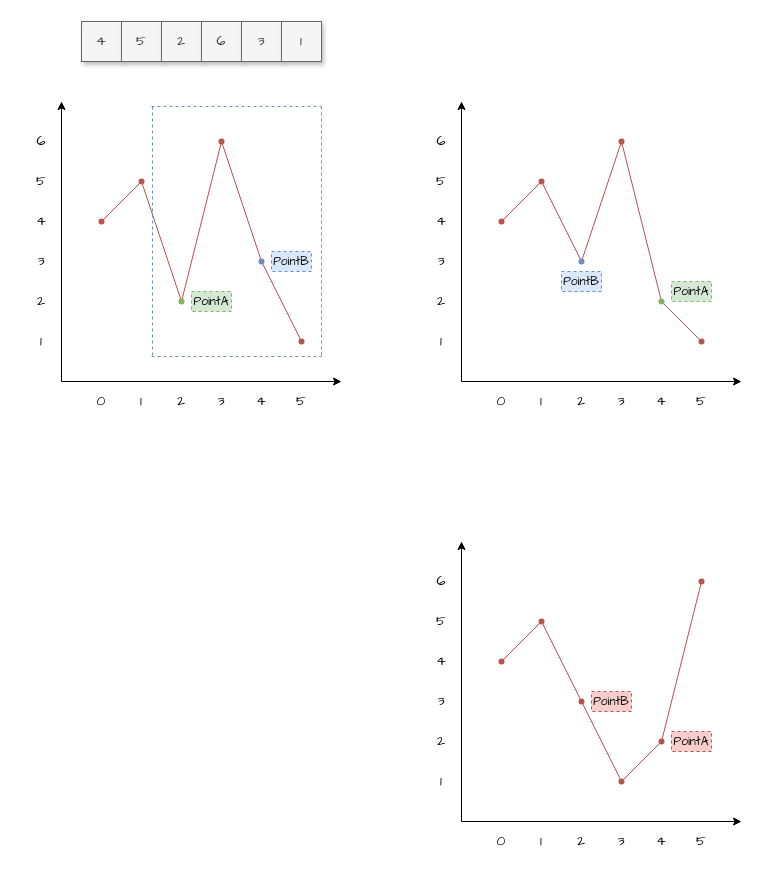
goldknife6/algorithm keeps this draw.io diagram as draw.io/下一个排列.drawio. Above is the earlier version. Source tidied: cells renumbered, new cells numbered last; positions are measured from the earlier drawing's top-left corner, leaving out a move shared by most shapes. Both pictures are drawn from the tidied source at 100%, with x=0, y=0 at pixel (21, 21).
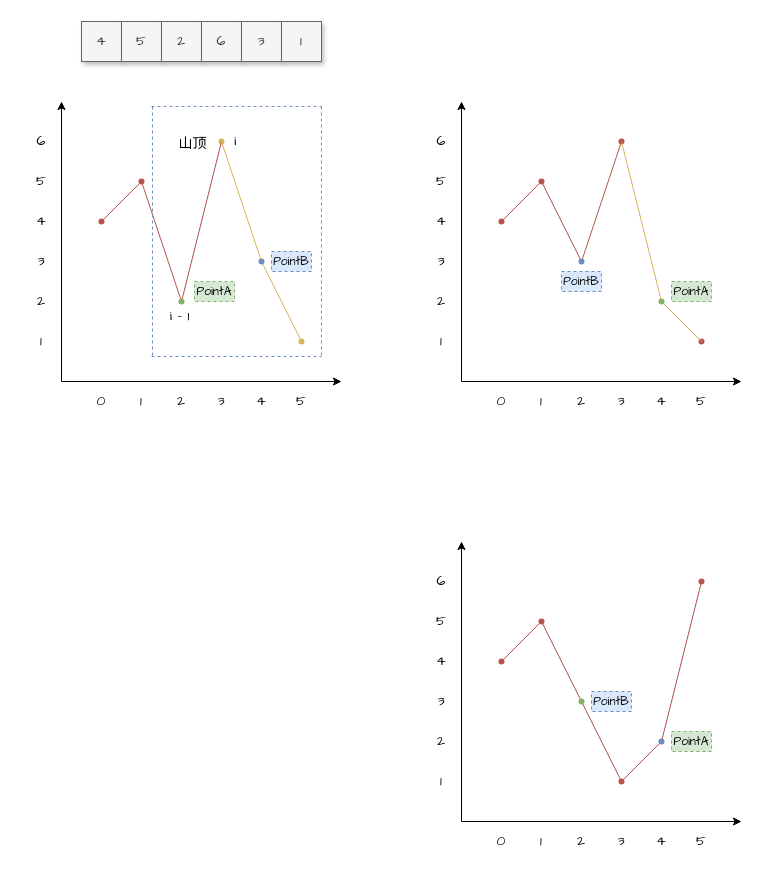
After the change.

Commit message:
更新下一个排列.drawio

The change refers to these unchanged cells:
```xml
<mxCell id="41" style="shape=waypoint;sketch=0;fillStyle=solid;size=6;points=[];fillColor=#f8cecc;perimeter=centerPerimeter;snapToPoint=1;strokeColor=#b85450;" parent="1" vertex="1">
  <mxGeometry x="580" y="100" width="40" height="40" as="geometry" />
</mxCell>
<mxCell id="42" style="shape=waypoint;sketch=0;fillStyle=solid;size=6;points=[];fillColor=#f8cecc;perimeter=centerPerimeter;snapToPoint=1;strokeColor=#b85450;" parent="1" vertex="1">
  <mxGeometry x="660" y="300" width="40" height="40" as="geometry" />
</mxCell>
<mxCell id="94" style="shape=waypoint;sketch=0;fillStyle=solid;size=6;points=[];fillColor=#dae8fc;perimeter=centerPerimeter;snapToPoint=1;strokeColor=#6c8ebf;" parent="1" vertex="1">
  <mxGeometry x="220" y="220" width="40" height="40" as="geometry" />
</mxCell>
<mxCell id="96" style="shape=waypoint;sketch=0;fillStyle=solid;size=6;points=[];fillColor=#d5e8d4;perimeter=centerPerimeter;snapToPoint=1;strokeColor=#82b366;" parent="1" vertex="1">
  <mxGeometry x="620" y="260" width="40" height="40" as="geometry" />
</mxCell>
```

The edit, as a diff of the source:
```diff
@@
-    <mxCell id="2" style="shape=waypoint;sketch=0;fillStyle=solid;size=6;points=[];fillColor=#f8cecc;perimeter=centerPerimeter;snapToPoint=1;strokeColor=#b85450;" parent="1" vertex="1">
-      <mxGeometry x="540" y="660" width="40" height="40" as="geometry" />
-    </mxCell>
@@
-    <mxCell id="7" style="shape=waypoint;sketch=0;fillStyle=solid;size=6;points=[];fillColor=#f8cecc;perimeter=centerPerimeter;snapToPoint=1;strokeColor=#b85450;" parent="1" vertex="1">
+    <mxCell id="7" style="shape=waypoint;sketch=0;fillStyle=solid;size=6;points=[];fillColor=#fff2cc;perimeter=centerPerimeter;snapToPoint=1;strokeColor=#d6b656;" parent="1" vertex="1">
       <mxGeometry x="180" y="100" width="40" height="40" as="geometry" />
     </mxCell>
-    <mxCell id="8" style="shape=waypoint;sketch=0;fillStyle=solid;size=6;points=[];fillColor=#f8cecc;perimeter=centerPerimeter;snapToPoint=1;strokeColor=#b85450;" parent="1" vertex="1">
+    <mxCell id="8" style="shape=waypoint;sketch=0;fillStyle=solid;size=6;points=[];fillColor=#fff2cc;perimeter=centerPerimeter;snapToPoint=1;strokeColor=#d6b656;" parent="1" vertex="1">
       <mxGeometry x="260" y="300" width="40" height="40" as="geometry" />
     </mxCell>
@@
-    <mxCell id="12" style="endArrow=none;html=1;rounded=0;endFill=0;fillColor=#f8cecc;strokeColor=#b85450;" parent="1" edge="1" source="7" target="94">
+    <mxCell id="12" style="endArrow=none;html=1;rounded=0;endFill=0;fillColor=#fff2cc;strokeColor=#d6b656;" parent="1" edge="1" source="7" target="94">
       <mxGeometry relative="1" as="geometry" />
     </mxCell>
@@
     <mxCell id="35" value="&lt;font style=&quot;font-size: 12px&quot;&gt;PointA&lt;/font&gt;" style="text;html=1;strokeColor=#82b366;fillColor=#d5e8d4;align=center;verticalAlign=middle;whiteSpace=wrap;rounded=0;shadow=0;dashed=1;fontFamily=Comic Sans MS;fontSize=14;" parent="1" vertex="1">
-      <mxGeometry x="170" y="270" width="40" height="20" as="geometry" />
+      <mxGeometry x="173" y="260" width="40" height="20" as="geometry" />
     </mxCell>
@@
-    <mxCell id="44" style="endArrow=none;html=1;rounded=0;entryX=0.5;entryY=0.425;entryDx=0;entryDy=0;entryPerimeter=0;endFill=0;fillColor=#f8cecc;strokeColor=#b85450;startArrow=none;" parent="1" edge="1" source="96" target="41">
+    <mxCell id="44" style="endArrow=none;html=1;rounded=0;entryX=0.5;entryY=0.425;entryDx=0;entryDy=0;entryPerimeter=0;endFill=0;fillColor=#fff2cc;strokeColor=#d6b656;startArrow=none;" parent="1" edge="1" source="96" target="41">
       <mxGeometry relative="1" as="geometry" />
     </mxCell>
@@
-    <mxCell id="46" style="endArrow=none;html=1;rounded=0;entryX=0.625;entryY=0.425;entryDx=0;entryDy=0;entryPerimeter=0;endFill=0;fillColor=#f8cecc;strokeColor=#b85450;startArrow=none;" parent="1" edge="1" target="42">
+    <mxCell id="46" style="endArrow=none;html=1;rounded=0;entryX=0.625;entryY=0.425;entryDx=0;entryDy=0;entryPerimeter=0;endFill=0;fillColor=#fff2cc;strokeColor=#d6b656;startArrow=none;" parent="1" edge="1" target="42">
       <mxGeometry relative="1" as="geometry">
         <mxPoint x="640" y="280" as="sourcePoint" />
       </mxGeometry>
     </mxCell>
@@
-    <mxCell id="86" value="&lt;font style=&quot;font-size: 12px&quot;&gt;PointA&lt;/font&gt;" style="text;html=1;strokeColor=#b85450;fillColor=#f8cecc;align=center;verticalAlign=middle;whiteSpace=wrap;rounded=0;shadow=0;dashed=1;fontFamily=Comic Sans MS;fontSize=14;" parent="1" vertex="1">
+    <mxCell id="86" value="&lt;font style=&quot;font-size: 12px&quot;&gt;PointA&lt;/font&gt;" style="text;html=1;strokeColor=#82b366;fillColor=#d5e8d4;align=center;verticalAlign=middle;whiteSpace=wrap;rounded=0;shadow=0;dashed=1;fontFamily=Comic Sans MS;fontSize=14;" parent="1" vertex="1">
       <mxGeometry x="650" y="710" width="40" height="20" as="geometry" />
     </mxCell>
-    <mxCell id="87" value="&lt;font style=&quot;font-size: 12px&quot;&gt;PointB&lt;/font&gt;" style="text;html=1;strokeColor=#b85450;fillColor=#f8cecc;align=center;verticalAlign=middle;whiteSpace=wrap;rounded=0;shadow=0;dashed=1;fontFamily=Comic Sans MS;fontSize=14;" parent="1" vertex="1">
+    <mxCell id="87" value="&lt;font style=&quot;font-size: 12px&quot;&gt;PointB&lt;/font&gt;" style="text;html=1;strokeColor=#6c8ebf;fillColor=#dae8fc;align=center;verticalAlign=middle;whiteSpace=wrap;rounded=0;shadow=0;dashed=1;fontFamily=Comic Sans MS;fontSize=14;" parent="1" vertex="1">
       <mxGeometry x="570" y="670" width="40" height="20" as="geometry" />
     </mxCell>
@@
-    <mxCell id="90" style="shape=waypoint;sketch=0;fillStyle=solid;size=6;points=[];fillColor=#f8cecc;perimeter=centerPerimeter;snapToPoint=1;strokeColor=#b85450;" parent="1" vertex="1">
+    <mxCell id="90" style="shape=waypoint;sketch=0;fillStyle=solid;size=6;points=[];fillColor=#dae8fc;perimeter=centerPerimeter;snapToPoint=1;strokeColor=#6c8ebf;" parent="1" vertex="1">
       <mxGeometry x="620" y="700" width="40" height="40" as="geometry" />
     </mxCell>
@@
-    <mxCell id="93" style="endArrow=none;html=1;rounded=0;entryX=0.625;entryY=0.425;entryDx=0;entryDy=0;entryPerimeter=0;endFill=0;fillColor=#f8cecc;strokeColor=#b85450;" parent="1" edge="1" target="8">
+    <mxCell id="93" style="endArrow=none;html=1;rounded=0;entryX=0.625;entryY=0.425;entryDx=0;entryDy=0;entryPerimeter=0;endFill=0;fillColor=#fff2cc;strokeColor=#d6b656;" parent="1" edge="1" target="8">
       <mxGeometry relative="1" as="geometry">
         <mxPoint x="240" y="240" as="sourcePoint" />
       </mxGeometry>
     </mxCell>
@@
+    <mxCell id="97" value="&lt;font style=&quot;font-size: 14px&quot;&gt;i&lt;/font&gt;" style="text;html=1;strokeColor=none;fillColor=none;align=center;verticalAlign=middle;whiteSpace=wrap;rounded=0;shadow=0;dashed=1;fontFamily=Comic Sans MS;fontSize=12;" parent="1" vertex="1">
+      <mxGeometry x="201" y="107.5" width="26" height="25" as="geometry" />
+    </mxCell>
+    <mxCell id="98" value="&lt;font style=&quot;font-size: 14px&quot;&gt;i - 1&lt;/font&gt;" style="text;html=1;strokeColor=none;fillColor=none;align=center;verticalAlign=middle;whiteSpace=wrap;rounded=0;shadow=0;dashed=1;fontFamily=Comic Sans MS;fontSize=12;" parent="1" vertex="1">
+      <mxGeometry x="142" y="280" width="33" height="30" as="geometry" />
+    </mxCell>
+    <mxCell id="99" value="山顶" style="text;html=1;strokeColor=none;fillColor=none;align=center;verticalAlign=middle;whiteSpace=wrap;rounded=0;shadow=0;dashed=1;fontFamily=Comic Sans MS;fontSize=14;" parent="1" vertex="1">
+      <mxGeometry x="150" y="112.5" width="43" height="20" as="geometry" />
+    </mxCell>
+    <mxCell id="2" style="shape=waypoint;sketch=0;fillStyle=solid;size=6;points=[];fillColor=#d5e8d4;perimeter=centerPerimeter;snapToPoint=1;strokeColor=#82b366;" parent="1" vertex="1">
+      <mxGeometry x="540" y="660" width="40" height="40" as="geometry" />
+    </mxCell>
```
